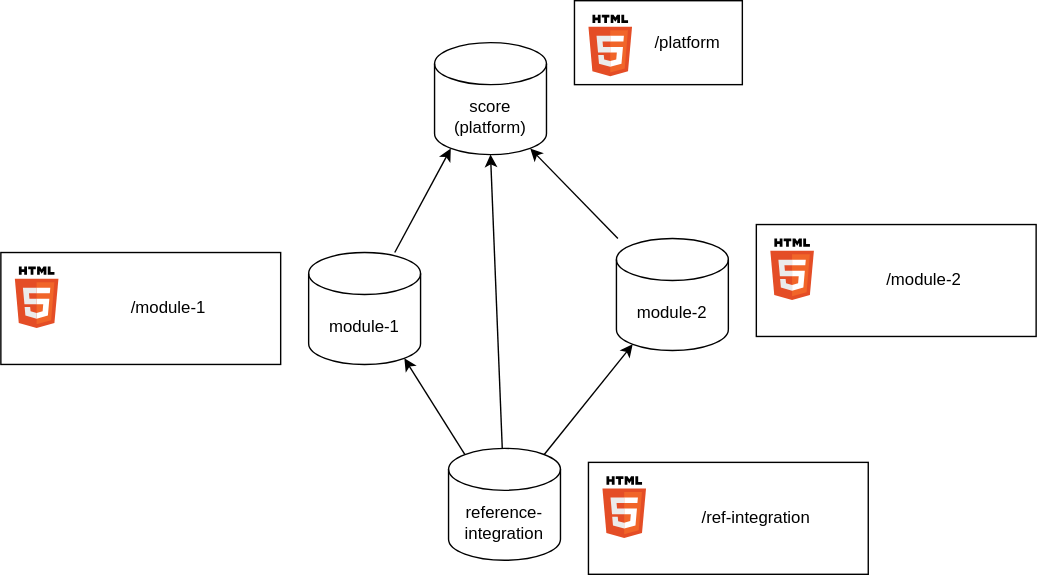
Above: docs/_tooling/decision-records/_assets/multirepo_unidirectional.drawio.svg in eclipse-score/score (draw.io), before the change. Source tidied: cells renumbered, new cells last; positions are measured from the earlier drawing's top-left corner, leaving out a move shared by most shapes.
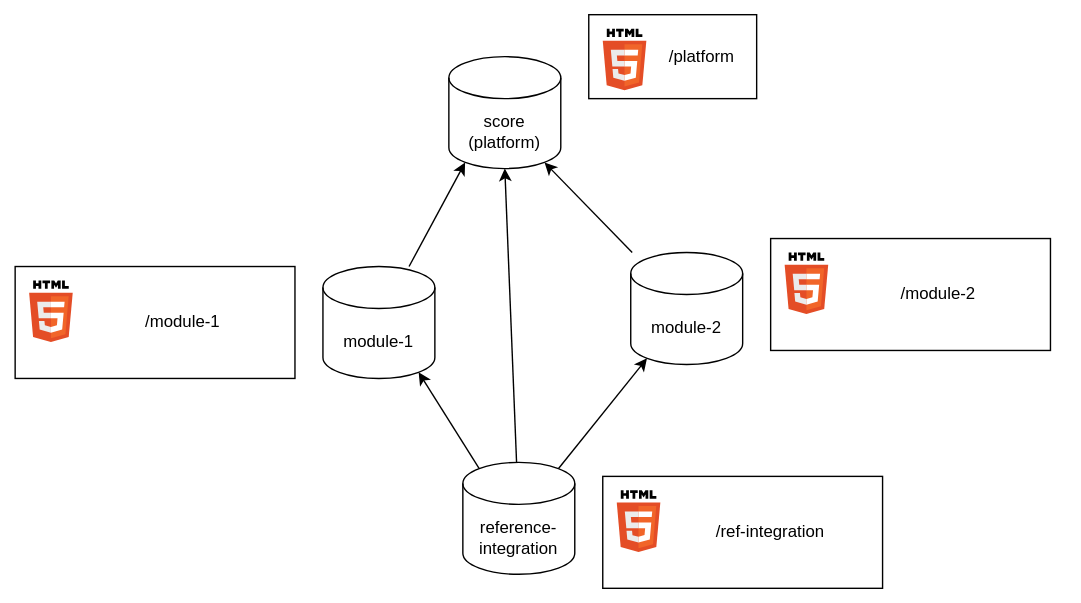
After the commit.

Diff of the diagram source:
```diff
@@ -2,6 +2,9 @@
   <root>
     <mxCell id="0" />
     <mxCell id="1" parent="0" />
+    <mxCell id="23" style="rounded=0;whiteSpace=wrap;html=1;strokeColor=none;" parent="1" vertex="1">
+      <mxGeometry x="-10" y="-10" width="770" height="430" as="geometry" />
+    </mxCell>
     <mxCell id="2" style="rounded=0;whiteSpace=wrap;html=1;" parent="1" vertex="1">
       <mxGeometry x="410" width="120" height="60" as="geometry" />
     </mxCell>
```
